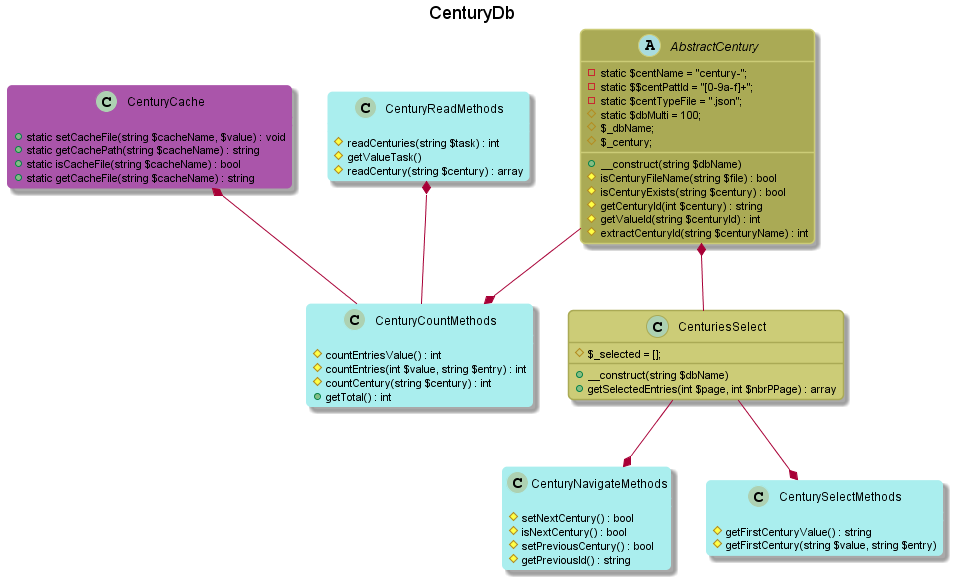
The PlantUML diagram diagrammesUml/CenturyDb.png in ohabille/maincore, before a commit.
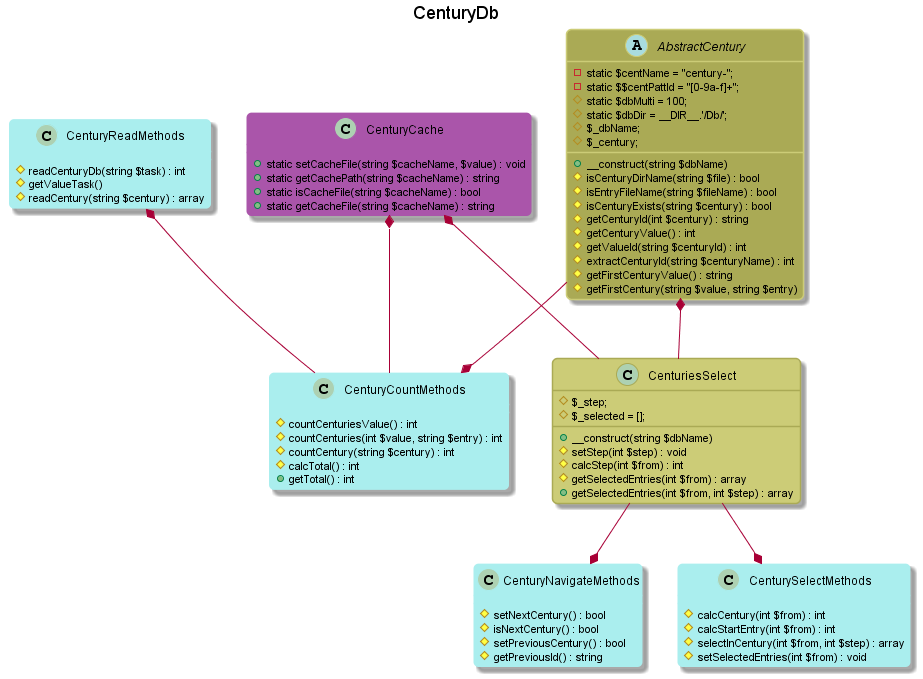
The same file after the commit.

What changed in the source:
```diff
@@ -8,17 +8,21 @@
 abstract class AbstractCentury #AA5;line:CC7; {
     -static $centName = "century-";
     -static $$centPattId = "[0-9a-f]+";
-    -static $centTypeFile = ".json";
     #static $dbMulti = 100;
+    #static $dbDir = __DIR__.'/Db/';
     #$_dbName;
     #$_century;
 
     +__construct(string $dbName)
-    #isCenturyFileName(string $file) : bool
+    #isCenturyDirName(string $file) : bool
+    #isEntryFileName(string $fileName) : bool
     #isCenturyExists(string $century) : bool
     #getCenturyId(int $century) : string
+    #getCenturyValue() : int
     #getValueId(string $centuryId) : int
     #extractCenturyId(string $centuryName) : int
+    #getFirstCenturyValue() : string
+    #getFirstCentury(string $value, string $entry)
 }
 
 class CenturyCache #A5A;line:A5A; {
@@ -29,30 +33,34 @@
 }
 
 class CenturyReadMethods #AEE;line:AEE; {
-    #readCenturies(string $task) : int
+    #readCenturyDb(string $task) : int
     #getValueTask()
     #readCentury(string $century) : array
 }
 
 class CenturyCountMethods #AEE;line:AEE; {
-    #countEntriesValue() : int
-    #countEntries(int $value, string $entry) : int
+    #countCenturiesValue() : int
+    #countCenturies(int $value, string $entry) : int
     #countCentury(string $century) : int
+    #calcTotal() : int
     +getTotal() : int
 }
-
 CenturyCache *-- CenturyCountMethods
 AbstractCentury --* CenturyCountMethods
 CenturyReadMethods *-- CenturyCountMethods
 
 class CenturiesSelect #CC7;line:AA5; {
+    #$_step;
     #$_selected = [];
 
     +__construct(string $dbName)
-    +getSelectedEntries(int $page, int $nbrPPage) : array
+    #setStep(int $step) : void
+    #calcStep(int $from) : int
+    #getSelectedEntries(int $from) : array
+    +getSelectedEntries(int $from, int $step) : array
 }
-
 AbstractCentury *-- CenturiesSelect
+CenturyCache *-- CenturiesSelect
 
 class CenturyNavigateMethods #AEE;line:AEE; {
     #setNextCentury() : bool
@@ -60,14 +68,14 @@
     #setPreviousCentury() : bool
     #getPreviousId() : string
 }
-
 CenturiesSelect --* CenturyNavigateMethods
 
 class CenturySelectMethods #AEE;line:AEE; {
-    #getFirstCenturyValue() : string
-    #getFirstCentury(string $value, string $entry)
+    #calcCentury(int $from) : int
+    #calcStartEntry(int $from) : int
+    #selectInCentury(int $from, int $step) : array
+    #setSelectedEntries(int $from) : void
 }
-
 CenturiesSelect --* CenturySelectMethods
 
 @enduml
```
